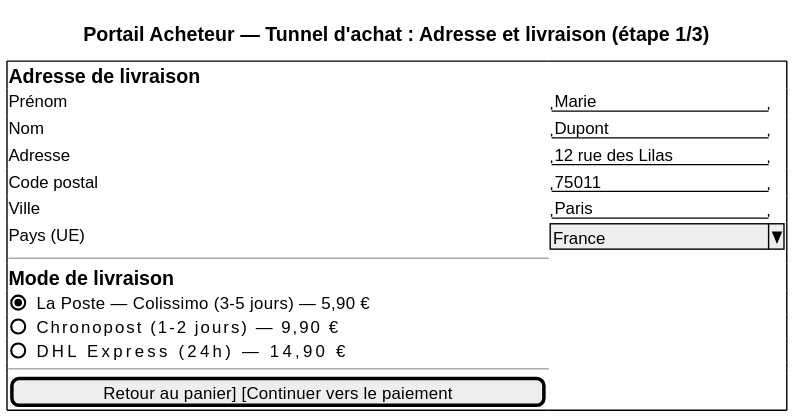
Before: architecture/04-physical-architecture/diagrams/ihm-pa-tunnel-adresse.svg, a diagram exported from PlantUML (louistalvande/online_shop). Source of this version:
```plantuml
@startsalt
title Portail Acheteur — Tunnel d'achat : Adresse et livraison (étape 1/3)

{+
  == Adresse de livraison
  Prénom       | "Marie              "
  Nom          | "Dupont             "
  Adresse      | "12 rue des Lilas   "
  Code postal  | "75011              "
  Ville        | "Paris              "
  Pays (UE)    | ^France             ^
  --
  == Mode de livraison
  (X) La Poste — Colissimo (3-5 jours)    — 5,90 €
  ( ) Chronopost (1-2 jours)              — 9,90 €
  ( ) DHL Express (24h)                   — 14,90 €
  --
  [Retour au panier]   [Continuer vers le paiement]
}
@endsalt
```
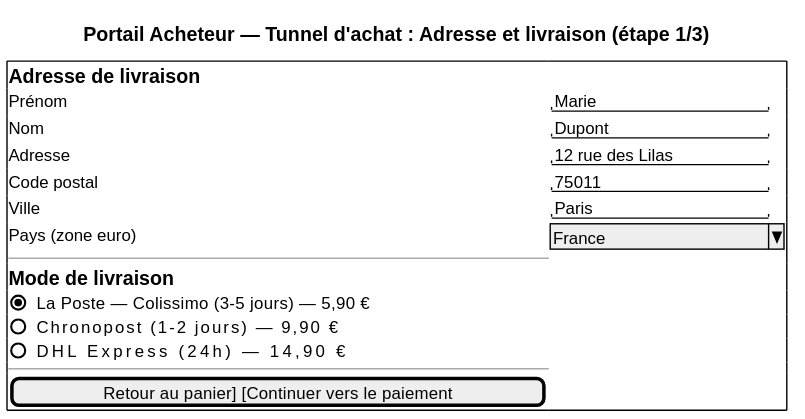
Later version of the same file.

The edit, as a diff of the source:
```diff
@@ -8,7 +8,7 @@
   Adresse      | "12 rue des Lilas   "
   Code postal  | "75011              "
   Ville        | "Paris              "
-  Pays (UE)    | ^France             ^
+  Pays (zone euro)    | ^France             ^
   --
   == Mode de livraison
   (X) La Poste — Colissimo (3-5 jours)    — 5,90 €
```
